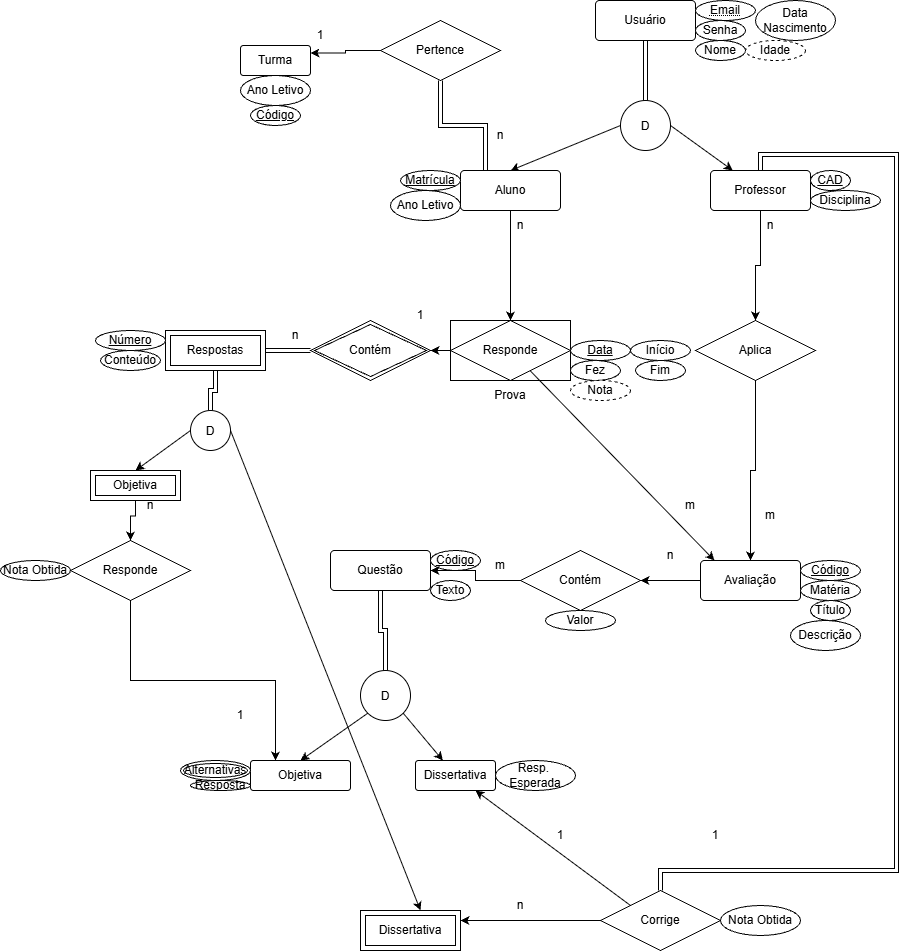
Before: SimpleSchool.drawio.png, a diagram exported from draw.io (Igwilly/SimpleSchool). Source tidied: cells renumbered, new cells last; positions are measured from the earlier drawing's top-left corner, leaving out a move shared by most shapes.
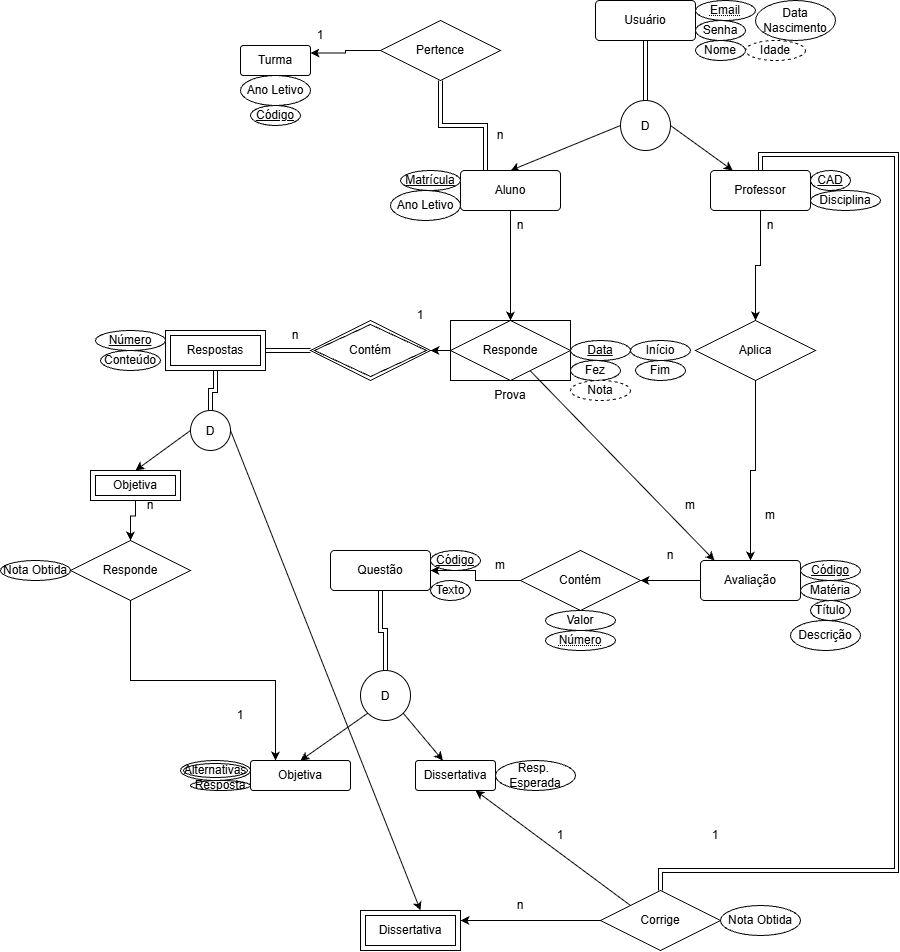
The same file after the commit.

Change to the diagram source:
```diff
@@ -295,5 +295,8 @@
     <mxCell id="93" value="Dissertativa" style="shape=ext;margin=3;double=1;whiteSpace=wrap;html=1;align=center;" parent="1" vertex="1">
       <mxGeometry x="360" y="910" width="100" height="40" as="geometry" />
     </mxCell>
+    <mxCell id="94" value="Número" style="ellipse;whiteSpace=wrap;html=1;align=center;fontStyle=20;" parent="1" vertex="1">
+      <mxGeometry x="545" y="630" width="70" height="20" as="geometry" />
+    </mxCell>
   </root>
 </mxGraphModel>
```
